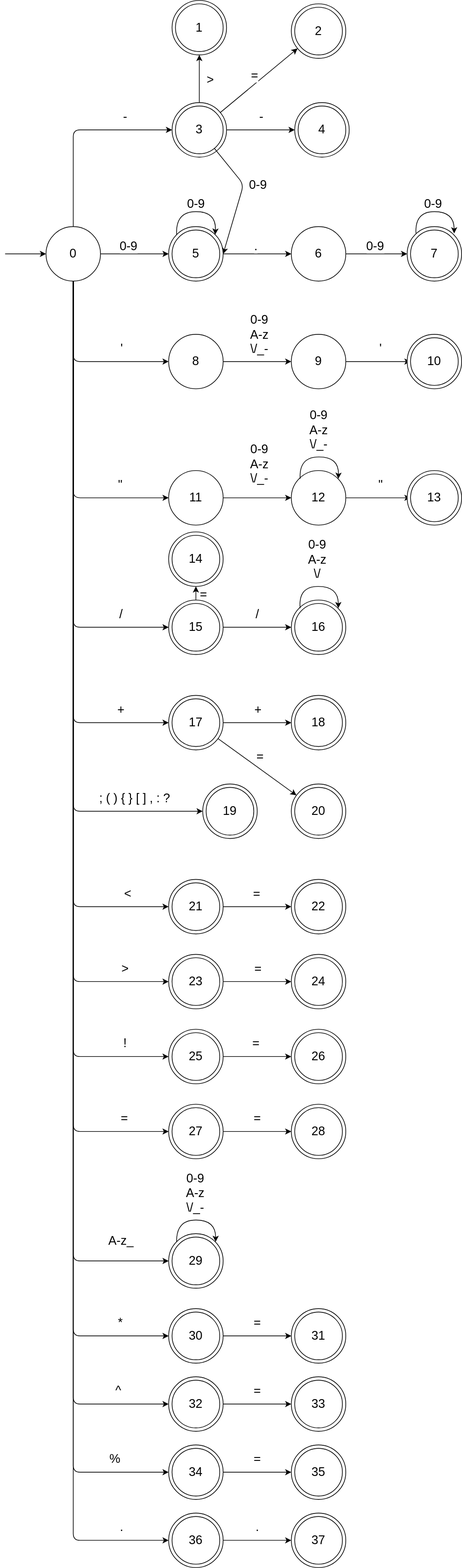
eduardo-marca/Projeto-Compiladores keeps this draw.io diagram as automato.drawio.svg. Above is the earlier version. Source tidied: cells renumbered, new cells last; positions are measured from the earlier drawing's top-left corner, leaving out a move shared by most shapes.
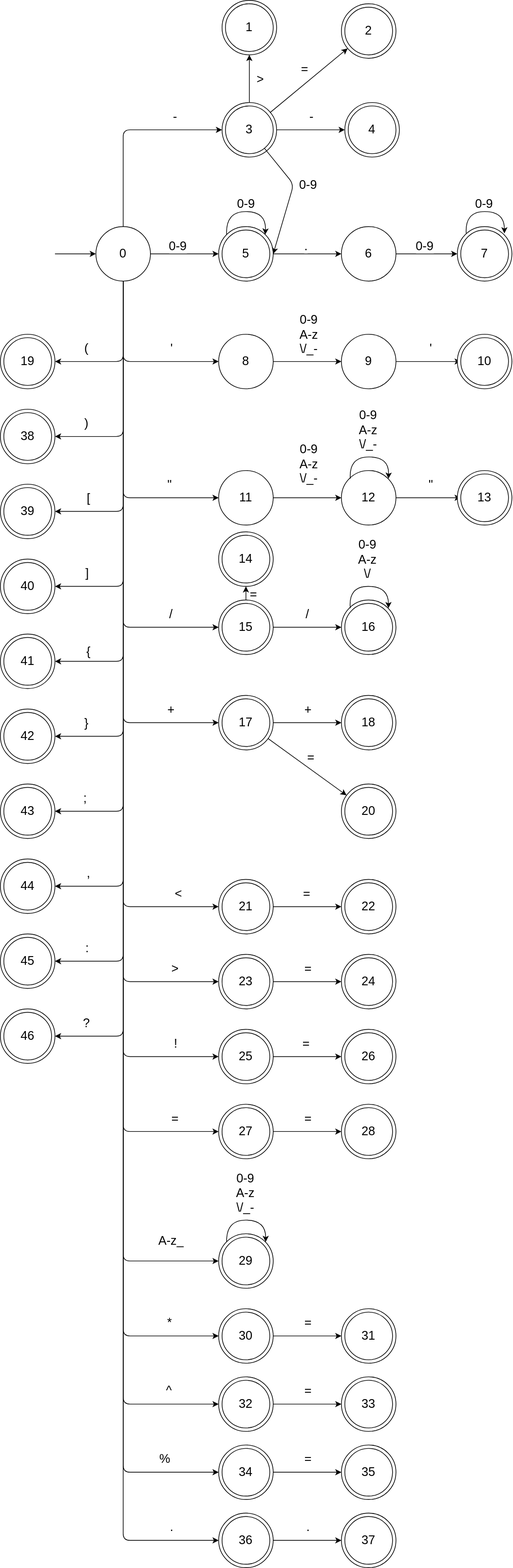
After the change.

Change to the diagram source:
```diff
@@ -58,18 +58,6 @@
         <mxPoint x="-13" y="-16" as="offset" />
       </mxGeometry>
     </mxCell>
-    <mxCell id="12" style="edgeStyle=none;html=1;entryX=0;entryY=0.5;entryDx=0;entryDy=0;fontSize=18;" parent="1" edge="1" source="34" target="85">
-      <mxGeometry relative="1" as="geometry">
-        <Array as="points">
-          <mxPoint x="100" y="1190" />
-        </Array>
-      </mxGeometry>
-    </mxCell>
-    <mxCell id="13" value="; ( ) { } [ ] , : ?" style="edgeLabel;html=1;align=center;verticalAlign=middle;fontSize=18;" parent="12" vertex="1">
-      <mxGeometry x="0.87" y="-1" relative="1" as="geometry">
-        <mxPoint x="-36" y="-21" as="offset" />
-      </mxGeometry>
-    </mxCell>
     <mxCell id="14" style="edgeStyle=none;html=1;entryX=0;entryY=0.5;entryDx=0;entryDy=0;fontSize=18;" parent="1" edge="1" source="34" target="89">
       <mxGeometry relative="1" as="geometry">
         <Array as="points">
@@ -190,6 +178,126 @@
         <mxPoint y="-19" as="offset" />
       </mxGeometry>
     </mxCell>
+    <mxCell id="160" style="edgeStyle=none;html=1;fontSize=18;" parent="1" edge="1" source="34" target="180">
+      <mxGeometry relative="1" as="geometry">
+        <Array as="points">
+          <mxPoint x="100" y="530" />
+        </Array>
+      </mxGeometry>
+    </mxCell>
+    <mxCell id="161" value="(" style="edgeLabel;html=1;align=center;verticalAlign=middle;fontSize=18;" parent="160" vertex="1">
+      <mxGeometry x="0.58" y="-3" relative="1" as="geometry">
+        <mxPoint y="-17" as="offset" />
+      </mxGeometry>
+    </mxCell>
+    <mxCell id="162" style="edgeStyle=none;html=1;fontSize=18;" parent="1" edge="1" source="34" target="181">
+      <mxGeometry relative="1" as="geometry">
+        <Array as="points">
+          <mxPoint x="100" y="640" />
+        </Array>
+      </mxGeometry>
+    </mxCell>
+    <mxCell id="163" value=")" style="edgeLabel;html=1;align=center;verticalAlign=middle;fontSize=18;" parent="162" vertex="1">
+      <mxGeometry x="0.72" relative="1" as="geometry">
+        <mxPoint y="-20" as="offset" />
+      </mxGeometry>
+    </mxCell>
+    <mxCell id="164" style="edgeStyle=none;html=1;fontSize=18;" parent="1" edge="1" source="34" target="182">
+      <mxGeometry relative="1" as="geometry">
+        <Array as="points">
+          <mxPoint x="100" y="750" />
+        </Array>
+      </mxGeometry>
+    </mxCell>
+    <mxCell id="165" value="[" style="edgeLabel;html=1;align=center;verticalAlign=middle;fontSize=18;" parent="164" vertex="1">
+      <mxGeometry x="0.78" y="-4" relative="1" as="geometry">
+        <mxPoint y="-16" as="offset" />
+      </mxGeometry>
+    </mxCell>
+    <mxCell id="166" style="edgeStyle=none;html=1;fontSize=18;" parent="1" edge="1" source="34" target="183">
+      <mxGeometry relative="1" as="geometry">
+        <Array as="points">
+          <mxPoint x="100" y="860" />
+        </Array>
+      </mxGeometry>
+    </mxCell>
+    <mxCell id="167" value="]" style="edgeLabel;html=1;align=center;verticalAlign=middle;fontSize=18;" parent="166" vertex="1">
+      <mxGeometry x="0.83" y="-4" relative="1" as="geometry">
+        <mxPoint y="-16" as="offset" />
+      </mxGeometry>
+    </mxCell>
+    <mxCell id="168" style="edgeStyle=none;html=1;fontSize=18;" parent="1" edge="1" source="34" target="184">
+      <mxGeometry relative="1" as="geometry">
+        <Array as="points">
+          <mxPoint x="100" y="970" />
+        </Array>
+      </mxGeometry>
+    </mxCell>
+    <mxCell id="169" value="{" style="edgeLabel;html=1;align=center;verticalAlign=middle;fontSize=18;" parent="168" vertex="1">
+      <mxGeometry x="0.86" y="-2" relative="1" as="geometry">
+        <mxPoint y="-13" as="offset" />
+      </mxGeometry>
+    </mxCell>
+    <mxCell id="170" style="edgeStyle=none;html=1;fontSize=18;" parent="1" edge="1" source="34" target="185">
+      <mxGeometry relative="1" as="geometry">
+        <Array as="points">
+          <mxPoint x="100" y="1080" />
+        </Array>
+      </mxGeometry>
+    </mxCell>
+    <mxCell id="171" value="}" style="edgeLabel;html=1;align=center;verticalAlign=middle;fontSize=18;" parent="170" vertex="1">
+      <mxGeometry x="0.88" y="-3" relative="1" as="geometry">
+        <mxPoint y="-17" as="offset" />
+      </mxGeometry>
+    </mxCell>
+    <mxCell id="172" style="edgeStyle=none;html=1;fontSize=18;" parent="1" edge="1" source="34" target="186">
+      <mxGeometry relative="1" as="geometry">
+        <Array as="points">
+          <mxPoint x="100" y="1190" />
+        </Array>
+      </mxGeometry>
+    </mxCell>
+    <mxCell id="173" value=";" style="edgeLabel;html=1;align=center;verticalAlign=middle;fontSize=18;" parent="172" vertex="1">
+      <mxGeometry x="0.9" y="-1" relative="1" as="geometry">
+        <mxPoint y="-19" as="offset" />
+      </mxGeometry>
+    </mxCell>
+    <mxCell id="174" style="edgeStyle=none;html=1;fontSize=18;" parent="1" edge="1" source="34" target="187">
+      <mxGeometry relative="1" as="geometry">
+        <Array as="points">
+          <mxPoint x="100" y="1300" />
+        </Array>
+      </mxGeometry>
+    </mxCell>
+    <mxCell id="175" value="," style="edgeLabel;html=1;align=center;verticalAlign=middle;fontSize=18;" parent="174" vertex="1">
+      <mxGeometry x="0.9" y="-2" relative="1" as="geometry">
+        <mxPoint y="-18" as="offset" />
+      </mxGeometry>
+    </mxCell>
+    <mxCell id="176" style="edgeStyle=none;html=1;fontSize=18;" parent="1" edge="1" source="34" target="188">
+      <mxGeometry relative="1" as="geometry">
+        <Array as="points">
+          <mxPoint x="100" y="1410" />
+        </Array>
+      </mxGeometry>
+    </mxCell>
+    <mxCell id="177" value=":" style="edgeLabel;html=1;align=center;verticalAlign=middle;fontSize=18;" parent="176" vertex="1">
+      <mxGeometry x="0.92" y="-3" relative="1" as="geometry">
+        <mxPoint y="-17" as="offset" />
+      </mxGeometry>
+    </mxCell>
+    <mxCell id="178" style="edgeStyle=none;html=1;entryX=1;entryY=0.5;entryDx=0;entryDy=0;fontSize=18;" parent="1" edge="1" source="34" target="189">
+      <mxGeometry relative="1" as="geometry">
+        <Array as="points">
+          <mxPoint x="100" y="1520" />
+        </Array>
+      </mxGeometry>
+    </mxCell>
+    <mxCell id="179" value="?" style="edgeLabel;html=1;align=center;verticalAlign=middle;fontSize=18;" parent="178" vertex="1">
+      <mxGeometry x="0.92" y="-2" relative="1" as="geometry">
+        <mxPoint y="-18" as="offset" />
+      </mxGeometry>
+    </mxCell>
     <mxCell id="34" value="0" style="ellipse;whiteSpace=wrap;html=1;fontSize=18;" parent="1" vertex="1">
       <mxGeometry x="60" y="332" width="80" height="80" as="geometry" />
     </mxCell>
@@ -399,12 +507,6 @@
         <mxPoint x="238" y="891" as="sourcePoint" />
       </mxGeometry>
     </mxCell>
-    <mxCell id="85" style="ellipse;whiteSpace=wrap;html=1;fontSize=18;" parent="1" vertex="1">
-      <mxGeometry x="290" y="1150" width="80" height="80" as="geometry" />
-    </mxCell>
-    <mxCell id="86" value="19" style="ellipse;whiteSpace=wrap;html=1;fontSize=18;" parent="1" vertex="1">
-      <mxGeometry x="295" y="1155" width="70" height="70" as="geometry" />
-    </mxCell>
     <mxCell id="87" style="edgeStyle=none;html=1;entryX=0;entryY=0.5;entryDx=0;entryDy=0;fontSize=18;" parent="1" edge="1" source="89" target="90">
       <mxGeometry relative="1" as="geometry" />
     </mxCell>
@@ -523,7 +625,7 @@
     </mxCell>
     <mxCell id="119" value="=" style="edgeLabel;html=1;align=center;verticalAlign=middle;fontSize=18;" parent="118" vertex="1">
       <mxGeometry x="-0.1" y="2" relative="1" as="geometry">
-        <mxPoint y="-11" as="offset" />
+        <mxPoint y="-21" as="offset" />
       </mxGeometry>
     </mxCell>
     <mxCell id="120" style="ellipse;whiteSpace=wrap;html=1;fontSize=18;" parent="1" vertex="1">
@@ -662,5 +764,65 @@
     <mxCell id="159" value="36" style="ellipse;whiteSpace=wrap;html=1;fontSize=18;" parent="1" vertex="1">
       <mxGeometry x="245" y="2225" width="70" height="70" as="geometry" />
     </mxCell>
+    <mxCell id="180" style="ellipse;whiteSpace=wrap;html=1;fontSize=18;" parent="1" vertex="1">
+      <mxGeometry x="-80" y="490" width="80" height="80" as="geometry" />
+    </mxCell>
+    <mxCell id="181" style="ellipse;whiteSpace=wrap;html=1;fontSize=18;" parent="1" vertex="1">
+      <mxGeometry x="-80" y="600" width="80" height="80" as="geometry" />
+    </mxCell>
+    <mxCell id="182" style="ellipse;whiteSpace=wrap;html=1;fontSize=18;" parent="1" vertex="1">
+      <mxGeometry x="-80" y="710" width="80" height="80" as="geometry" />
+    </mxCell>
+    <mxCell id="183" style="ellipse;whiteSpace=wrap;html=1;fontSize=18;" parent="1" vertex="1">
+      <mxGeometry x="-80" y="820" width="80" height="80" as="geometry" />
+    </mxCell>
+    <mxCell id="184" style="ellipse;whiteSpace=wrap;html=1;fontSize=18;" parent="1" vertex="1">
+      <mxGeometry x="-80" y="930" width="80" height="80" as="geometry" />
+    </mxCell>
+    <mxCell id="185" style="ellipse;whiteSpace=wrap;html=1;fontSize=18;" parent="1" vertex="1">
+      <mxGeometry x="-80" y="1040" width="80" height="80" as="geometry" />
+    </mxCell>
+    <mxCell id="186" style="ellipse;whiteSpace=wrap;html=1;fontSize=18;" parent="1" vertex="1">
+      <mxGeometry x="-80" y="1150" width="80" height="80" as="geometry" />
+    </mxCell>
+    <mxCell id="187" style="ellipse;whiteSpace=wrap;html=1;fontSize=18;" parent="1" vertex="1">
+      <mxGeometry x="-80" y="1260" width="80" height="80" as="geometry" />
+    </mxCell>
+    <mxCell id="188" style="ellipse;whiteSpace=wrap;html=1;fontSize=18;" parent="1" vertex="1">
+      <mxGeometry x="-80" y="1370" width="80" height="80" as="geometry" />
+    </mxCell>
+    <mxCell id="189" style="ellipse;whiteSpace=wrap;html=1;fontSize=18;" parent="1" vertex="1">
+      <mxGeometry x="-80" y="1480" width="80" height="80" as="geometry" />
+    </mxCell>
+    <mxCell id="86" value="19" style="ellipse;whiteSpace=wrap;html=1;fontSize=18;" parent="1" vertex="1">
+      <mxGeometry x="-75" y="495" width="70" height="70" as="geometry" />
+    </mxCell>
+    <mxCell id="190" value="38" style="ellipse;whiteSpace=wrap;html=1;fontSize=18;" parent="1" vertex="1">
+      <mxGeometry x="-75" y="605" width="70" height="70" as="geometry" />
+    </mxCell>
+    <mxCell id="191" value="39" style="ellipse;whiteSpace=wrap;html=1;fontSize=18;" parent="1" vertex="1">
+      <mxGeometry x="-75" y="715" width="70" height="70" as="geometry" />
+    </mxCell>
+    <mxCell id="192" value="40" style="ellipse;whiteSpace=wrap;html=1;fontSize=18;" parent="1" vertex="1">
+      <mxGeometry x="-75" y="825" width="70" height="70" as="geometry" />
+    </mxCell>
+    <mxCell id="193" value="41" style="ellipse;whiteSpace=wrap;html=1;fontSize=18;" parent="1" vertex="1">
+      <mxGeometry x="-75" y="935" width="70" height="70" as="geometry" />
+    </mxCell>
+    <mxCell id="194" value="42" style="ellipse;whiteSpace=wrap;html=1;fontSize=18;" parent="1" vertex="1">
+      <mxGeometry x="-75" y="1045" width="70" height="70" as="geometry" />
+    </mxCell>
+    <mxCell id="195" value="43" style="ellipse;whiteSpace=wrap;html=1;fontSize=18;" parent="1" vertex="1">
+      <mxGeometry x="-75" y="1155" width="70" height="70" as="geometry" />
+    </mxCell>
+    <mxCell id="196" value="44" style="ellipse;whiteSpace=wrap;html=1;fontSize=18;" parent="1" vertex="1">
+      <mxGeometry x="-75" y="1265" width="70" height="70" as="geometry" />
+    </mxCell>
+    <mxCell id="197" value="45" style="ellipse;whiteSpace=wrap;html=1;fontSize=18;" parent="1" vertex="1">
+      <mxGeometry x="-75" y="1375" width="70" height="70" as="geometry" />
+    </mxCell>
+    <mxCell id="198" value="46" style="ellipse;whiteSpace=wrap;html=1;fontSize=18;" parent="1" vertex="1">
+      <mxGeometry x="-75" y="1485" width="70" height="70" as="geometry" />
+    </mxCell>
   </root>
 </mxGraphModel>
```
